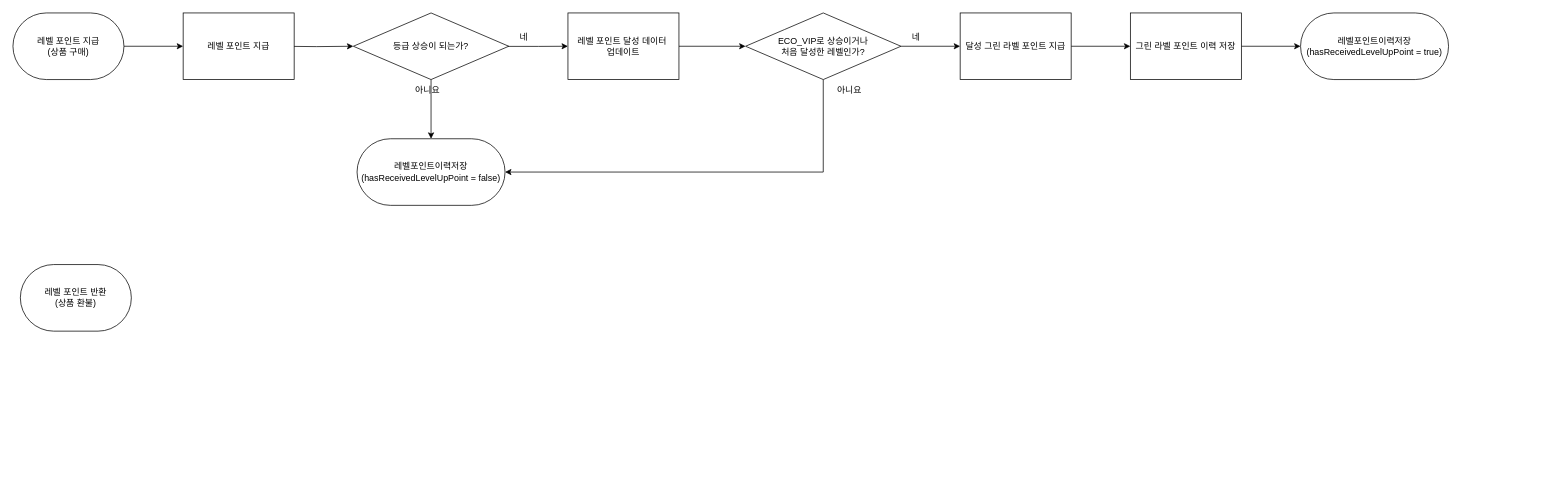
chea-young/UML keeps this draw.io diagram as 레벨포인트-지급반환.drawio. Above is the earlier version. Source tidied: cells renumbered, new cells numbered last; positions are measured from the earlier drawing's top-left corner, leaving out a move shared by most shapes. Both pictures are drawn from the tidied source at 74%, with x=0, y=0 at pixel (13, 13).
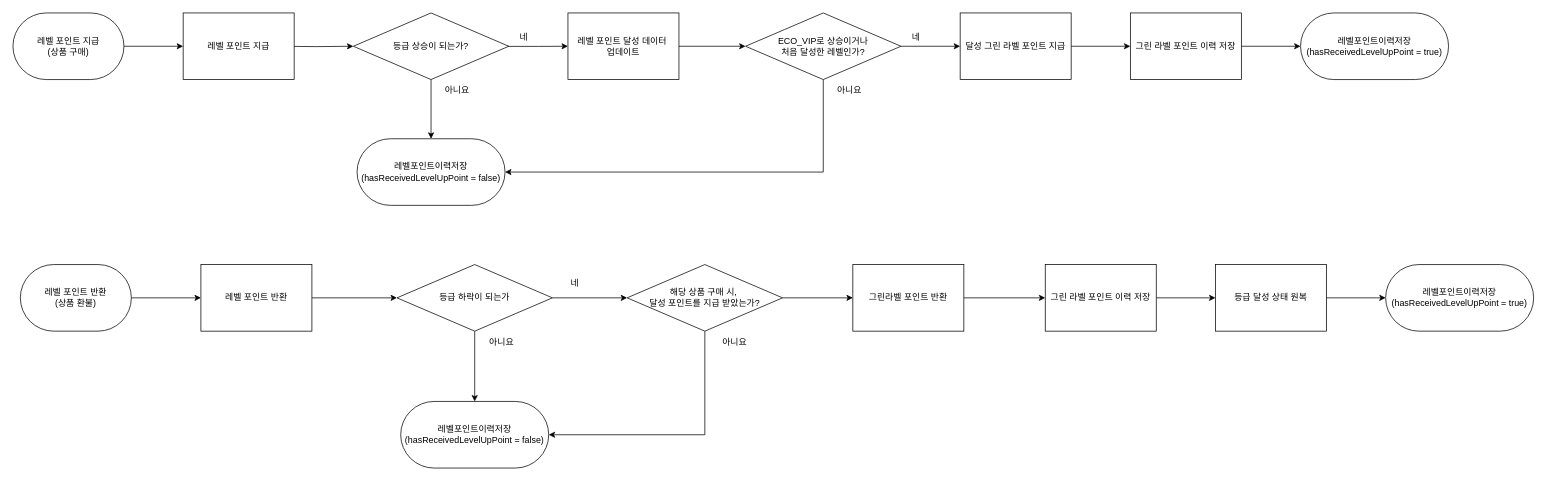
The same page after the edit.

Commit message:
레벨포인트-지급반환.drawio 업데이트

Unchanged cells that the change refers to:
```xml
<mxCell id="4" value="레벨 포인트 반환&lt;br&gt;(상품 환불)" style="rounded=1;whiteSpace=wrap;html=1;fontFamily=Helvetica;arcSize=50;" parent="1" vertex="1">
  <mxGeometry x="10" y="340" width="150" height="90" as="geometry" />
</mxCell>
```

Change to the diagram source:
```diff
@@
+    <mxCell id="25" style="edgeStyle=orthogonalEdgeStyle;rounded=0;jettySize=auto;html=1;fontFamily=Helvetica;fontSize=12;fontColor=default;" parent="1" edge="1" source="4" target="27">
+      <mxGeometry relative="1" as="geometry" />
+    </mxCell>
@@
     <mxCell id="10" value="아니요" style="text;html=1;align=center;verticalAlign=middle;strokeColor=none;fillColor=none;fontFamily=Helvetica;" parent="1" vertex="1">
-      <mxGeometry x="530" y="90" width="60" height="30" as="geometry" />
+      <mxGeometry x="570" y="90" width="60" height="30" as="geometry" />
     </mxCell>
@@
+    <mxCell id="26" style="edgeStyle=orthogonalEdgeStyle;rounded=0;jettySize=auto;html=1;fontFamily=Helvetica;fontSize=12;fontColor=default;" parent="1" edge="1" source="27" target="30">
+      <mxGeometry relative="1" as="geometry" />
+    </mxCell>
+    <mxCell id="27" value="레벨 포인트 반환" style="whiteSpace=wrap;html=1;rounded=1;arcSize=0;" parent="1" vertex="1">
+      <mxGeometry x="254" y="340" width="150" height="90" as="geometry" />
+    </mxCell>
+    <mxCell id="28" style="edgeStyle=orthogonalEdgeStyle;rounded=0;jettySize=auto;html=1;fontFamily=Helvetica;fontSize=12;fontColor=default;" parent="1" edge="1" source="30" target="31">
+      <mxGeometry relative="1" as="geometry" />
+    </mxCell>
+    <mxCell id="29" style="edgeStyle=orthogonalEdgeStyle;rounded=0;jettySize=auto;html=1;fontFamily=Helvetica;fontSize=12;fontColor=default;entryX=0;entryY=0.5;entryDx=0;entryDy=0;" parent="1" edge="1" source="30" target="36">
+      <mxGeometry relative="1" as="geometry" />
+    </mxCell>
+    <mxCell id="30" value="등급 하락이 되는가" style="rhombus;whiteSpace=wrap;html=1;rounded=1;arcSize=0;" parent="1" vertex="1">
+      <mxGeometry x="519" y="340" width="210" height="90" as="geometry" />
+    </mxCell>
+    <mxCell id="31" value="레벨포인트이력저장&lt;div style=&quot;border-color: var(--border-color);&quot;&gt;(hasReceivedLevelUpPoint = false)&lt;/div&gt;" style="whiteSpace=wrap;html=1;rounded=1;arcSize=50;" parent="1" vertex="1">
+      <mxGeometry x="524" y="525" width="200" height="90" as="geometry" />
+    </mxCell>
+    <mxCell id="32" value="아니요" style="text;html=1;align=center;verticalAlign=middle;strokeColor=none;fillColor=none;fontFamily=Helvetica;" parent="1" vertex="1">
+      <mxGeometry x="630" y="430" width="60" height="30" as="geometry" />
+    </mxCell>
+    <mxCell id="33" value="네" style="text;html=1;align=center;verticalAlign=middle;strokeColor=none;fillColor=none;fontFamily=Helvetica;" parent="1" vertex="1">
+      <mxGeometry x="744" y="350" width="30" height="30" as="geometry" />
+    </mxCell>
+    <mxCell id="34" style="edgeStyle=orthogonalEdgeStyle;rounded=0;jettySize=auto;html=1;fontFamily=Helvetica;fontSize=12;fontColor=default;" parent="1" edge="1" source="36" target="39">
+      <mxGeometry relative="1" as="geometry" />
+    </mxCell>
+    <mxCell id="35" style="edgeStyle=orthogonalEdgeStyle;rounded=0;jettySize=auto;html=1;fontFamily=Helvetica;fontSize=12;fontColor=default;entryX=1;entryY=0.5;entryDx=0;entryDy=0;" parent="1" edge="1" source="36" target="31">
+      <mxGeometry relative="1" as="geometry">
+        <Array as="points">
+          <mxPoint x="935" y="570" />
+        </Array>
+      </mxGeometry>
+    </mxCell>
+    <mxCell id="36" value="해당 상품 구매 시,&amp;nbsp;&lt;div&gt;달성 포인트를 지급 받았는가?&lt;/div&gt;" style="rhombus;whiteSpace=wrap;html=1;rounded=1;arcSize=0;" parent="1" vertex="1">
+      <mxGeometry x="830" y="340" width="210" height="90" as="geometry" />
+    </mxCell>
+    <mxCell id="37" value="아니요" style="text;html=1;align=center;verticalAlign=middle;strokeColor=none;fillColor=none;fontFamily=Helvetica;" parent="1" vertex="1">
+      <mxGeometry x="945" y="430" width="60" height="30" as="geometry" />
+    </mxCell>
+    <mxCell id="38" style="edgeStyle=orthogonalEdgeStyle;rounded=0;jettySize=auto;html=1;fontFamily=Helvetica;fontSize=12;fontColor=default;" parent="1" edge="1" source="39" target="41">
+      <mxGeometry relative="1" as="geometry" />
+    </mxCell>
+    <mxCell id="39" value="그린라벨 포인트 반환" style="whiteSpace=wrap;html=1;rounded=1;arcSize=0;" parent="1" vertex="1">
+      <mxGeometry x="1135" y="340" width="150" height="90" as="geometry" />
+    </mxCell>
+    <mxCell id="40" style="edgeStyle=orthogonalEdgeStyle;rounded=0;jettySize=auto;html=1;fontFamily=Helvetica;fontSize=12;fontColor=default;" parent="1" edge="1" source="41" target="43">
+      <mxGeometry relative="1" as="geometry" />
+    </mxCell>
+    <mxCell id="41" value="그린 라벨 포인트 이력 저장" style="whiteSpace=wrap;html=1;rounded=1;arcSize=0;" parent="1" vertex="1">
+      <mxGeometry x="1395" y="340" width="150" height="90" as="geometry" />
+    </mxCell>
+    <mxCell id="42" style="edgeStyle=orthogonalEdgeStyle;rounded=0;jettySize=auto;html=1;fontFamily=Helvetica;fontSize=12;fontColor=default;" parent="1" edge="1" source="43" target="44">
+      <mxGeometry relative="1" as="geometry" />
+    </mxCell>
+    <mxCell id="43" value="등급 달성 상태 원복" style="whiteSpace=wrap;html=1;rounded=1;arcSize=0;" parent="1" vertex="1">
+      <mxGeometry x="1625" y="340" width="150" height="90" as="geometry" />
+    </mxCell>
+    <mxCell id="44" value="레벨포인트이력저장&lt;div style=&quot;border-color: var(--border-color);&quot;&gt;(hasReceivedLevelUpPoint = true)&lt;/div&gt;" style="whiteSpace=wrap;html=1;rounded=1;arcSize=50;" parent="1" vertex="1">
+      <mxGeometry x="1855" y="340" width="200" height="90" as="geometry" />
+    </mxCell>
```
